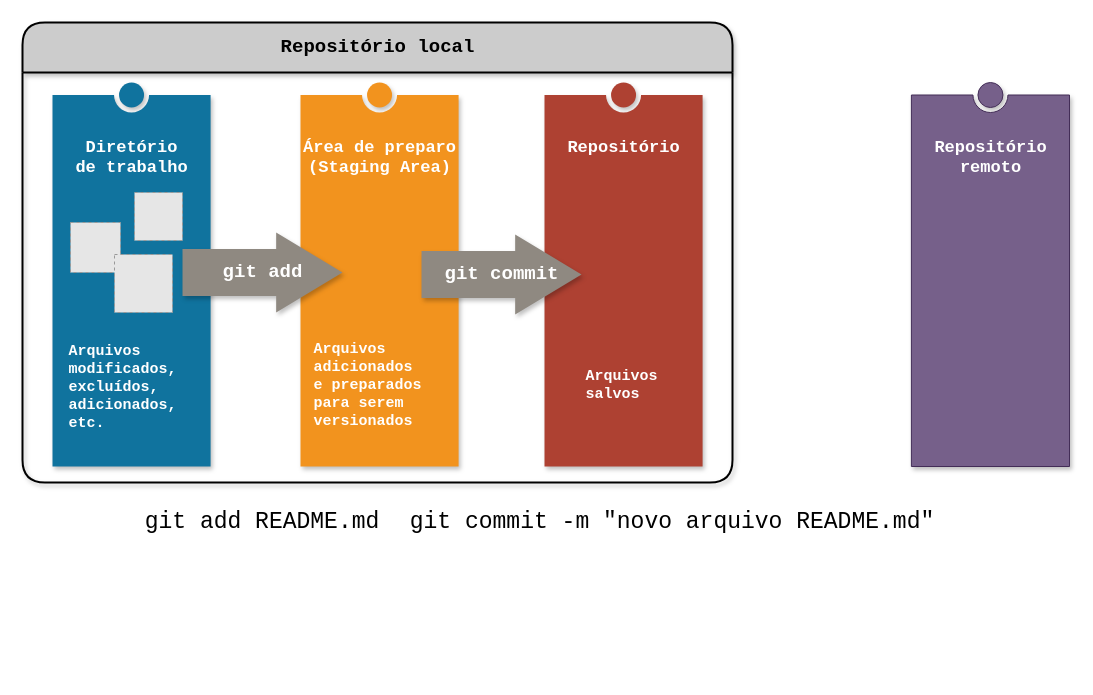
This is docs/tools/git/images/controle_versionamento.drawio from ffajardo64/statistical_learning_old, a draw.io file, before an edit. Source tidied: cells renumbered, new cells numbered last; positions are measured from the earlier drawing's top-left corner, leaving out a move shared by most shapes. Both pictures are drawn from the tidied source at 100%, with x=0, y=0 at pixel (22, 22). Pictures stored in the file or linked from it are replaced by grey dashed boxes.
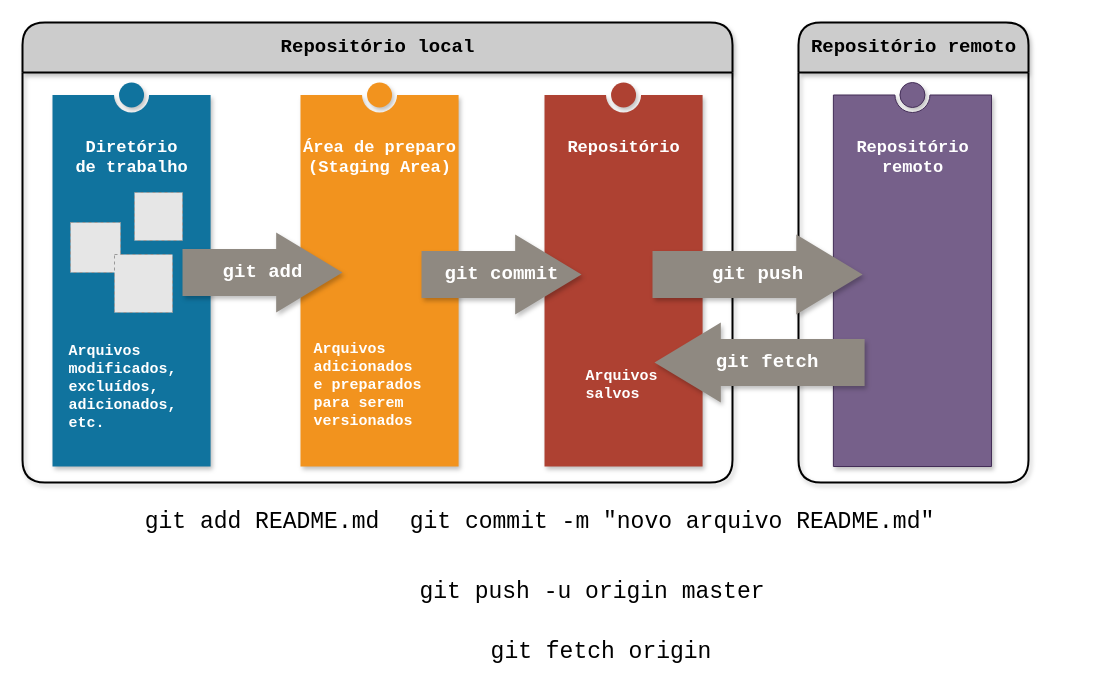
After the change.

Change to the diagram source:
```diff
@@
     <mxCell id="6" value="&lt;div&gt;&lt;pre&gt;Repositório&lt;br&gt;remoto&lt;/pre&gt;&lt;/div&gt;" style="verticalLabelPosition=middle;verticalAlign=top;html=1;shape=mxgraph.infographic.numberedEntryVert;dy=25;strokeColor=#432D57;fontSize=17;fontColor=#ffffff;align=center;labelPosition=center;spacingTop=32;fontStyle=1;fillColor=#76608a;hachureGap=4;shadow=1;" parent="1" vertex="1">
-      <mxGeometry x="888.9" y="60" width="158.1" height="384" as="geometry" />
+      <mxGeometry x="810.9" y="60" width="158.1" height="384" as="geometry" />
     </mxCell>
@@
+    <mxCell id="17" value="&lt;pre&gt;&lt;b&gt;&lt;font style=&quot;font-size: 19px&quot;&gt;Repositório remoto&lt;/font&gt;&lt;/b&gt;&lt;/pre&gt;" style="swimlane;horizontal=1;startSize=50;rounded=1;fontSize=14;fontStyle=0;strokeWidth=2;shadow=1;dashed=0;align=center;hachureGap=4;labelBackgroundColor=none;html=1;fillColor=#CCCCCC;" parent="1" vertex="1">
+      <mxGeometry x="776" width="230" height="460" as="geometry" />
+    </mxCell>
+    <mxCell id="18" value="&lt;pre style=&quot;font-size: 19px&quot;&gt;&lt;font color=&quot;#FFFFFF&quot;&gt;&lt;b&gt;&lt;font style=&quot;font-size: 19px&quot;&gt;git push&lt;/font&gt;&lt;/b&gt;&lt;/font&gt;&lt;/pre&gt;" style="html=1;shadow=1;dashed=0;align=center;verticalAlign=middle;shape=mxgraph.arrows2.arrow;dy=0.41;dx=66.33;notch=0;hachureGap=4;labelBackgroundColor=none;fillColor=#8F8981;sketch=0;strokeColor=none;" parent="1" vertex="1">
+      <mxGeometry x="630" y="212" width="210.1" height="80" as="geometry" />
+    </mxCell>
+    <mxCell id="19" style="group;" parent="1" vertex="1">
+      <mxGeometry x="632" y="300" width="210" height="80" as="geometry" />
+    </mxCell>
+    <mxCell id="20" style="html=1;shadow=1;dashed=0;align=center;verticalAlign=middle;shape=mxgraph.arrows2.arrow;dy=0.41;dx=66.33;notch=0;hachureGap=4;labelBackgroundColor=none;fillColor=#8F8981;sketch=0;strokeColor=none;rotation=-180;direction=east;" parent="19" vertex="1">
+      <mxGeometry width="210.1" height="80" as="geometry" />
+    </mxCell>
+    <mxCell id="21" value="&lt;pre style=&quot;font-size: 19px&quot;&gt;&lt;font color=&quot;#FFFFFF&quot;&gt;&lt;b&gt;&lt;font style=&quot;font-size: 19px&quot;&gt;git fetch&lt;/font&gt;&lt;/b&gt;&lt;/font&gt;&lt;/pre&gt;" style="text;html=1;strokeColor=none;fillColor=none;align=center;verticalAlign=middle;whiteSpace=wrap;rounded=0;shadow=1;sketch=0;hachureGap=4;" parent="19" vertex="1">
+      <mxGeometry x="58" y="24" width="110" height="32" as="geometry" />
+    </mxCell>
+    <mxCell id="22" value="&lt;pre&gt;&lt;font style=&quot;font-size: 23px&quot;&gt;git push -u origin master&lt;/font&gt;&lt;/pre&gt;" style="text;html=1;strokeColor=none;fillColor=none;align=center;verticalAlign=middle;whiteSpace=wrap;rounded=0;shadow=1;labelBackgroundColor=none;sketch=0;hachureGap=4;" parent="1" vertex="1">
+      <mxGeometry x="390" y="560" width="360" height="20" as="geometry" />
+    </mxCell>
+    <mxCell id="23" value="&lt;pre&gt;&lt;font style=&quot;font-size: 23px&quot;&gt;git fetch origin&lt;/font&gt;&lt;/pre&gt;" style="text;html=1;strokeColor=none;fillColor=none;align=center;verticalAlign=middle;whiteSpace=wrap;rounded=0;shadow=1;labelBackgroundColor=none;sketch=0;hachureGap=4;" parent="1" vertex="1">
+      <mxGeometry x="399" y="620" width="360" height="20" as="geometry" />
+    </mxCell>
```
